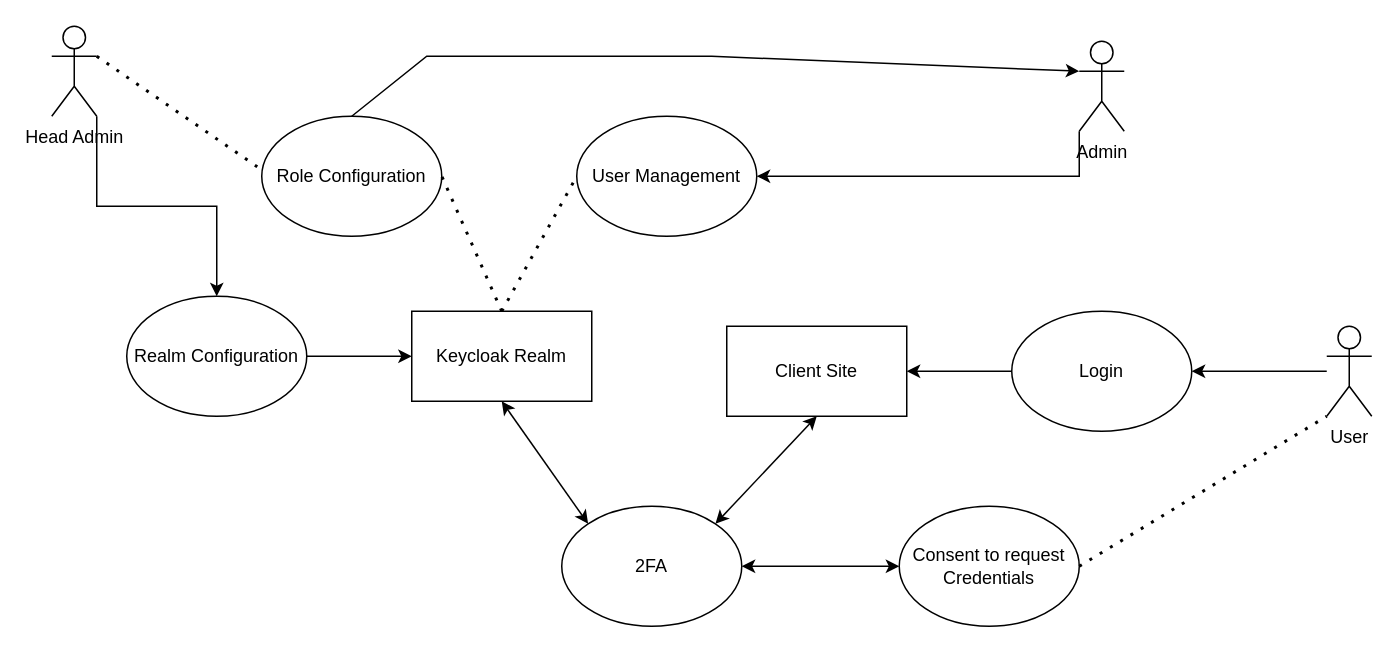
This is interaction_2/Interaction_Use_Case_ver_2_0.drawio from AyRidd03/SoftwareAssuranceTeam3, a draw.io file, before an edit. Source tidied: cells renumbered, new cells numbered last; positions are measured from the earlier drawing's top-left corner, leaving out a move shared by most shapes. Both pictures are drawn from the tidied source at 150%, with x=0, y=0 at pixel (51, 26).
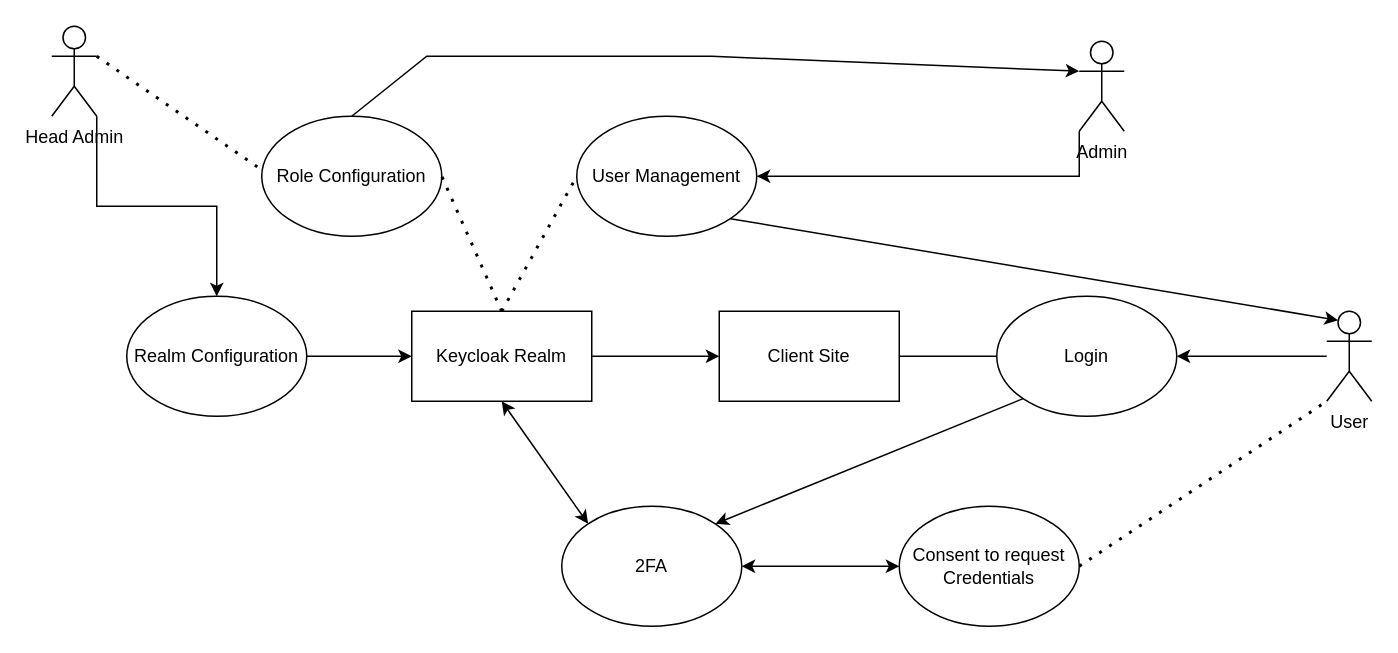
The same page after the edit.

Unchanged cells that the change refers to:
```xml
<mxCell id="6" value="Keycloak Realm" style="rounded=0;whiteSpace=wrap;html=1;" parent="1" vertex="1">
  <mxGeometry x="240" y="190" width="120" height="60" as="geometry" />
</mxCell>
<mxCell id="9" value="2FA" style="ellipse;whiteSpace=wrap;html=1;shapeInside=1;" parent="1" vertex="1">
  <mxGeometry x="340" y="320" width="120" height="80" as="geometry" />
</mxCell>
<mxCell id="18" value="User Management" style="ellipse;whiteSpace=wrap;html=1;shapeInside=1;" parent="1" vertex="1">
  <mxGeometry x="350" y="60" width="120" height="80" as="geometry" />
</mxCell>
```

The edit, as a diff of the source:
```diff
@@
     <mxCell id="5" value="User&lt;div&gt;&lt;br&gt;&lt;/div&gt;" style="shape=umlActor;verticalLabelPosition=bottom;verticalAlign=top;html=1;outlineConnect=0;" parent="1" vertex="1">
-      <mxGeometry x="850" y="200" width="30" height="60" as="geometry" />
+      <mxGeometry x="850" y="190" width="30" height="60" as="geometry" />
     </mxCell>
@@
     <mxCell id="10" value="Client Site" style="rounded=0;whiteSpace=wrap;html=1;" parent="1" vertex="1">
-      <mxGeometry x="450" y="200" width="120" height="60" as="geometry" />
+      <mxGeometry x="445" y="190" width="120" height="60" as="geometry" />
     </mxCell>
@@
-    <mxCell id="13" style="edgeStyle=orthogonalEdgeStyle;rounded=0;jettySize=auto;html=1;exitX=0;exitY=0.5;exitDx=0;exitDy=0;entryX=1;entryY=0.5;entryDx=0;entryDy=0;" parent="1" edge="1" source="14" target="10">
-      <mxGeometry relative="1" as="geometry" />
-    </mxCell>
     <mxCell id="14" value="Login" style="ellipse;whiteSpace=wrap;html=1;shapeInside=1;" parent="1" vertex="1">
-      <mxGeometry x="640" y="190" width="120" height="80" as="geometry" />
+      <mxGeometry x="630" y="180" width="120" height="80" as="geometry" />
     </mxCell>
@@
-    <mxCell id="25" style="endArrow=classic;startArrow=classic;html=1;rounded=0;exitX=1;exitY=0;exitDx=0;exitDy=0;entryX=0.5;entryY=1;entryDx=0;entryDy=0;" parent="1" edge="1" source="9" target="10">
-      <mxGeometry relative="1" as="geometry" />
-    </mxCell>
+    <mxCell id="26" style="endArrow=classic;html=1;rounded=0;exitX=0;exitY=1;exitDx=0;exitDy=0;entryX=1;entryY=0;entryDx=0;entryDy=0;" parent="1" edge="1" source="14" target="9">
+      <mxGeometry relative="1" as="geometry" />
+    </mxCell>
+    <mxCell id="27" style="endArrow=none;html=1;rounded=0;exitX=1;exitY=0.5;exitDx=0;exitDy=0;entryX=0;entryY=0.5;entryDx=0;entryDy=0;" parent="1" edge="1" source="10" target="14">
+      <mxGeometry relative="1" as="geometry" />
+    </mxCell>
+    <mxCell id="28" style="endArrow=classic;html=1;rounded=0;entryX=0;entryY=0.5;entryDx=0;entryDy=0;exitX=1;exitY=0.5;exitDx=0;exitDy=0;" parent="1" edge="1" source="6" target="10">
+      <mxGeometry relative="1" as="geometry" />
+    </mxCell>
+    <mxCell id="29" style="endArrow=classic;html=1;rounded=0;exitX=1;exitY=1;exitDx=0;exitDy=0;entryX=0.25;entryY=0.1;entryDx=0;entryDy=0;entryPerimeter=0;" parent="1" edge="1" source="18" target="5">
+      <mxGeometry relative="1" as="geometry" />
+    </mxCell>
```
